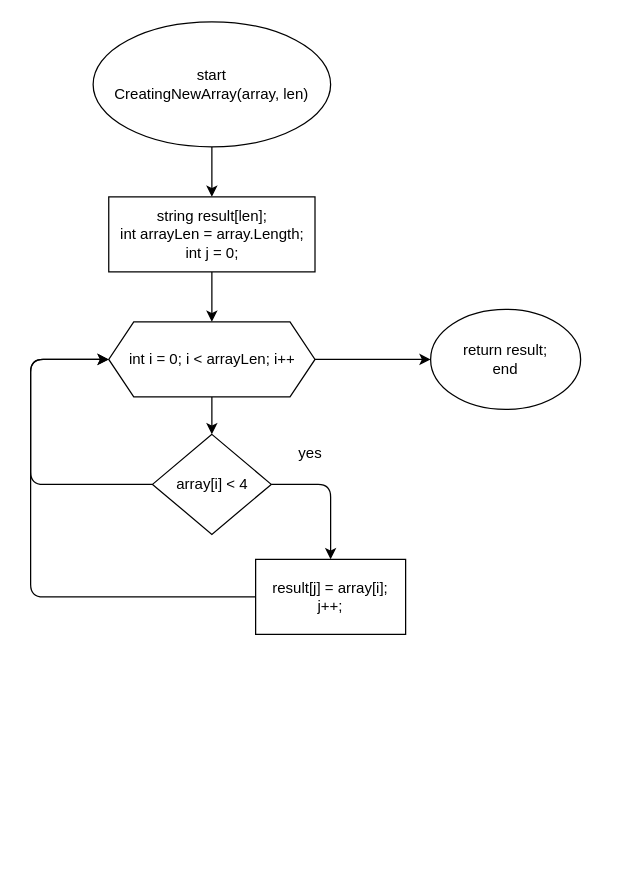
Before: page "Страница 3" (3 of 4) of finalVerificationWork/finalVerificationWork.dio in AleksandrKrivoruchko/homework, a draw.io diagram. Source tidied: cells renumbered, new cells numbered last; positions are measured from the earlier drawing's top-left corner, leaving out a move shared by most shapes. Both pictures are drawn from the tidied source at 125%, with x=0, y=0 at pixel (30, 21).
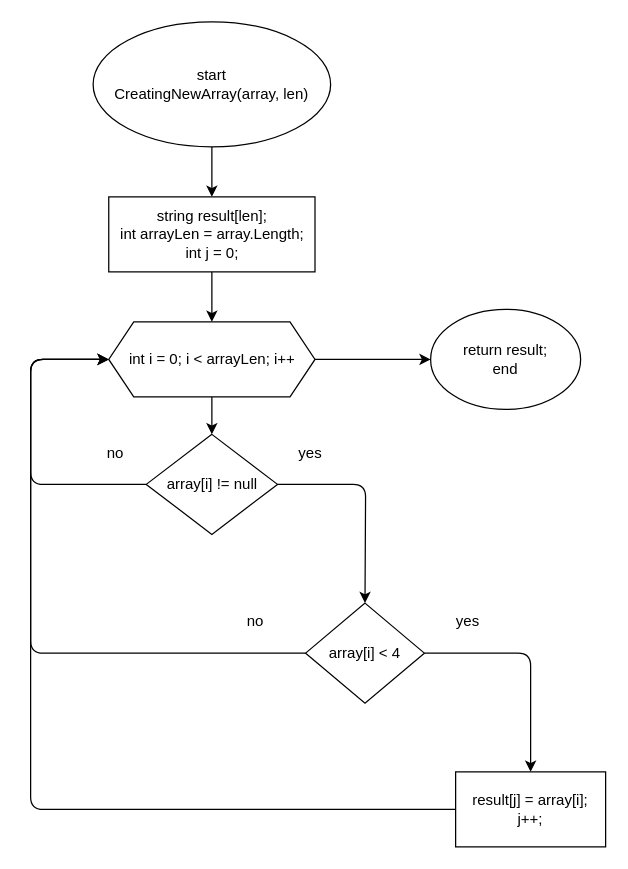
The same diagram, later.

Unchanged cells that the change refers to:
```xml
<mxCell id="8" value="int i = 0; i &amp;lt; arrayLen; i++" style="shape=hexagon;perimeter=hexagonPerimeter2;whiteSpace=wrap;html=1;fixedSize=1;" parent="1" vertex="1">
  <mxGeometry x="62.5" y="240" width="165" height="60" as="geometry" />
</mxCell>
```

Change to the diagram source:
```diff
@@
-    <mxCell id="6" style="edgeStyle=none;html=1;entryX=0.5;entryY=0;entryDx=0;entryDy=0;" parent="1" edge="1" source="8" target="11">
-      <mxGeometry relative="1" as="geometry" />
-    </mxCell>
@@
+    <mxCell id="16" style="edgeStyle=none;html=1;exitX=0.5;exitY=1;exitDx=0;exitDy=0;entryX=0.5;entryY=0;entryDx=0;entryDy=0;" parent="1" edge="1" source="8" target="20">
+      <mxGeometry relative="1" as="geometry" />
+    </mxCell>
@@
     <mxCell id="9" style="edgeStyle=none;html=1;exitX=1;exitY=0.5;exitDx=0;exitDy=0;entryX=0.5;entryY=0;entryDx=0;entryDy=0;" parent="1" edge="1" source="11" target="13">
       <mxGeometry relative="1" as="geometry">
         <Array as="points">
-          <mxPoint x="240" y="370" />
+          <mxPoint x="400" y="505" />
         </Array>
       </mxGeometry>
     </mxCell>
     <mxCell id="10" style="edgeStyle=none;html=1;exitX=0;exitY=0.5;exitDx=0;exitDy=0;entryX=0;entryY=0.5;entryDx=0;entryDy=0;" parent="1" edge="1" source="11" target="8">
       <mxGeometry relative="1" as="geometry">
         <Array as="points">
-          <mxPoint y="370" />
+          <mxPoint y="505" />
           <mxPoint y="270" />
         </Array>
       </mxGeometry>
     </mxCell>
     <mxCell id="11" value="array[i] &amp;lt; 4" style="rhombus;whiteSpace=wrap;html=1;" parent="1" vertex="1">
-      <mxGeometry x="97.5" y="330" width="95" height="80" as="geometry" />
+      <mxGeometry x="220" y="465" width="95" height="80" as="geometry" />
     </mxCell>
-    <mxCell id="12" style="edgeStyle=none;html=1;entryX=0;entryY=0.5;entryDx=0;entryDy=0;" parent="1" edge="1" source="13" target="8">
+    <mxCell id="12" style="edgeStyle=none;html=1;entryX=0;entryY=0.5;entryDx=0;entryDy=0;exitX=0;exitY=0.5;exitDx=0;exitDy=0;" parent="1" edge="1" source="13" target="8">
       <mxGeometry relative="1" as="geometry">
         <Array as="points">
+          <mxPoint y="630" />
           <mxPoint y="460" />
           <mxPoint y="270" />
         </Array>
       </mxGeometry>
     </mxCell>
     <mxCell id="13" value="result[j] = array[i];&lt;br&gt;j++;" style="rounded=0;whiteSpace=wrap;html=1;" parent="1" vertex="1">
-      <mxGeometry x="180" y="430" width="120" height="60" as="geometry" />
+      <mxGeometry x="340" y="600" width="120" height="60" as="geometry" />
     </mxCell>
     <mxCell id="14" value="yes" style="text;html=1;strokeColor=none;fillColor=none;align=center;verticalAlign=middle;whiteSpace=wrap;rounded=0;" parent="1" vertex="1">
-      <mxGeometry x="194" y="330" width="60" height="30" as="geometry" />
+      <mxGeometry x="320" y="465" width="60" height="30" as="geometry" />
     </mxCell>
@@
+    <mxCell id="17" value="no" style="text;html=1;strokeColor=none;fillColor=none;align=center;verticalAlign=middle;whiteSpace=wrap;rounded=0;" parent="1" vertex="1">
+      <mxGeometry x="150" y="465" width="60" height="30" as="geometry" />
+    </mxCell>
+    <mxCell id="18" style="edgeStyle=none;html=1;entryX=0.5;entryY=0;entryDx=0;entryDy=0;exitX=1;exitY=0.5;exitDx=0;exitDy=0;" parent="1" edge="1" source="20" target="11">
+      <mxGeometry relative="1" as="geometry">
+        <Array as="points">
+          <mxPoint x="268" y="370" />
+        </Array>
+      </mxGeometry>
+    </mxCell>
+    <mxCell id="19" style="edgeStyle=none;html=1;entryX=0;entryY=0.5;entryDx=0;entryDy=0;exitX=0;exitY=0.5;exitDx=0;exitDy=0;" parent="1" edge="1" source="20" target="8">
+      <mxGeometry relative="1" as="geometry">
+        <Array as="points">
+          <mxPoint y="370" />
+          <mxPoint y="270" />
+        </Array>
+      </mxGeometry>
+    </mxCell>
+    <mxCell id="20" value="array[i] != null" style="rhombus;whiteSpace=wrap;html=1;" parent="1" vertex="1">
+      <mxGeometry x="92.5" y="330" width="105" height="80" as="geometry" />
+    </mxCell>
+    <mxCell id="21" value="yes" style="text;html=1;strokeColor=none;fillColor=none;align=center;verticalAlign=middle;whiteSpace=wrap;rounded=0;" parent="1" vertex="1">
+      <mxGeometry x="194" y="330" width="60" height="30" as="geometry" />
+    </mxCell>
+    <mxCell id="22" value="no" style="text;html=1;strokeColor=none;fillColor=none;align=center;verticalAlign=middle;whiteSpace=wrap;rounded=0;" parent="1" vertex="1">
+      <mxGeometry x="38" y="330" width="60" height="30" as="geometry" />
+    </mxCell>
```
